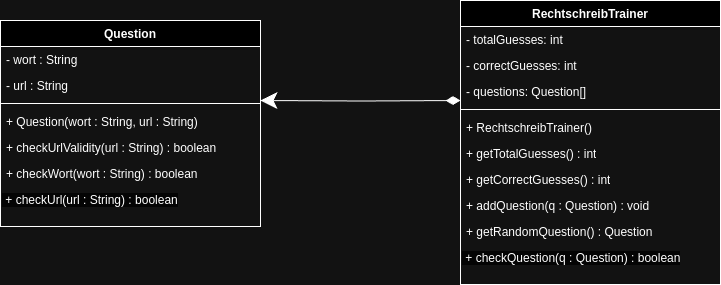
This is Worttrainer.png from TGM-HIT/sew9-2425-worttrainer-ahujaankush, a draw.io export, as it was before one commit. Source tidied: cells renumbered, new cells last; positions are measured from the earlier drawing's top-left corner, leaving out a move shared by most shapes.
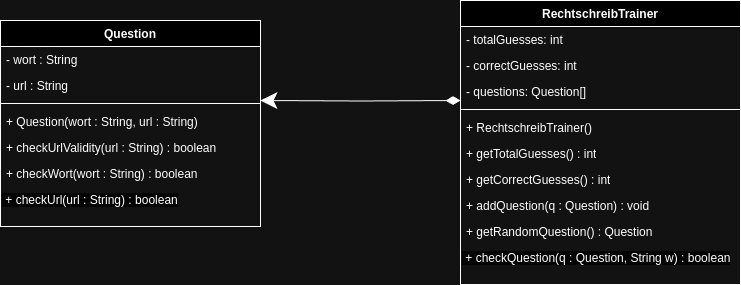
The same diagram one commit later.

Commit message:
UML: Add Rechtschreib Trainer, update check methos

What changed in the source:
```diff
@@ -27,37 +27,37 @@
       <mxGeometry y="166" width="260" height="40" as="geometry" />
     </mxCell>
     <mxCell id="10" value="RechtschreibTrainer" style="swimlane;fontStyle=1;align=center;verticalAlign=top;horizontal=1;startSize=26;whiteSpace=wrap;html=1;" parent="1" vertex="1">
-      <mxGeometry x="460" width="260" height="284" as="geometry" />
+      <mxGeometry x="460" width="280" height="284" as="geometry" />
     </mxCell>
     <mxCell id="11" value="- totalGuesses: int" style="text;strokeColor=none;fillColor=none;align=left;verticalAlign=top;spacingLeft=4;spacingRight=4;overflow=hidden;whiteSpace=wrap;html=1;" parent="10" vertex="1">
-      <mxGeometry y="26" width="260" height="26" as="geometry" />
+      <mxGeometry y="26" width="280" height="26" as="geometry" />
     </mxCell>
     <mxCell id="12" value="- correctGuesses: int" style="text;strokeColor=none;fillColor=none;align=left;verticalAlign=top;spacingLeft=4;spacingRight=4;overflow=hidden;whiteSpace=wrap;html=1;" parent="10" vertex="1">
-      <mxGeometry y="52" width="260" height="26" as="geometry" />
+      <mxGeometry y="52" width="280" height="26" as="geometry" />
     </mxCell>
     <mxCell id="13" value="- questions: Question[]" style="text;strokeColor=none;fillColor=none;align=left;verticalAlign=top;spacingLeft=4;spacingRight=4;overflow=hidden;points=[[0,0.5],[1,0.5]];portConstraint=eastwest;whiteSpace=wrap;html=1;" parent="10" vertex="1">
-      <mxGeometry y="78" width="260" height="26" as="geometry" />
+      <mxGeometry y="78" width="280" height="26" as="geometry" />
     </mxCell>
     <mxCell id="14" style="line;strokeWidth=1;fillColor=none;align=left;verticalAlign=middle;spacingTop=-1;spacingLeft=3;spacingRight=3;labelPosition=right;strokeColor=inherit;" parent="10" vertex="1">
-      <mxGeometry y="104" width="260" height="10" as="geometry" />
+      <mxGeometry y="104" width="280" height="10" as="geometry" />
     </mxCell>
     <mxCell id="15" value="+ RechtschreibTrainer()" style="text;strokeColor=none;fillColor=none;align=left;verticalAlign=top;spacingLeft=4;spacingRight=4;overflow=hidden;whiteSpace=wrap;html=1;" parent="10" vertex="1">
-      <mxGeometry y="114" width="260" height="26" as="geometry" />
+      <mxGeometry y="114" width="280" height="26" as="geometry" />
     </mxCell>
     <mxCell id="16" value="+ getTotalGuesses() : int" style="text;strokeColor=none;fillColor=none;align=left;verticalAlign=top;spacingLeft=4;spacingRight=4;overflow=hidden;whiteSpace=wrap;html=1;" parent="10" vertex="1">
-      <mxGeometry y="140" width="260" height="26" as="geometry" />
+      <mxGeometry y="140" width="280" height="26" as="geometry" />
     </mxCell>
     <mxCell id="17" value="+ getCorrectGuesses() : int" style="text;strokeColor=none;fillColor=none;align=left;verticalAlign=top;spacingLeft=4;spacingRight=4;overflow=hidden;whiteSpace=wrap;html=1;" parent="10" vertex="1">
-      <mxGeometry y="166" width="260" height="26" as="geometry" />
+      <mxGeometry y="166" width="280" height="26" as="geometry" />
     </mxCell>
     <mxCell id="18" value="+ addQuestion(q : Question) : void" style="text;strokeColor=none;fillColor=none;align=left;verticalAlign=top;spacingLeft=4;spacingRight=4;overflow=hidden;whiteSpace=wrap;html=1;" parent="10" vertex="1">
-      <mxGeometry y="192" width="260" height="26" as="geometry" />
+      <mxGeometry y="192" width="280" height="26" as="geometry" />
     </mxCell>
     <mxCell id="19" value="+ getRandomQuestion() : Question" style="text;strokeColor=none;fillColor=none;align=left;verticalAlign=top;spacingLeft=4;spacingRight=4;overflow=hidden;whiteSpace=wrap;html=1;" parent="10" vertex="1">
-      <mxGeometry y="218" width="260" height="26" as="geometry" />
+      <mxGeometry y="218" width="280" height="26" as="geometry" />
     </mxCell>
-    <mxCell id="20" value="&lt;span style=&quot;color: rgb(0, 0, 0); font-family: Helvetica; font-size: 12px; font-style: normal; font-variant-ligatures: normal; font-variant-caps: normal; font-weight: 400; letter-spacing: normal; orphans: 2; text-align: left; text-indent: 0px; text-transform: none; widows: 2; word-spacing: 0px; -webkit-text-stroke-width: 0px; white-space: normal; background-color: rgb(251, 251, 251); text-decoration-thickness: initial; text-decoration-style: initial; text-decoration-color: initial; display: inline !important; float: none;&quot;&gt;&amp;nbsp;+ checkQuestion(q : Question) : boolean&lt;/span&gt;" style="text;whiteSpace=wrap;html=1;" parent="10" vertex="1">
-      <mxGeometry y="244" width="260" height="40" as="geometry" />
+    <mxCell id="20" value="&lt;span style=&quot;color: rgb(0, 0, 0); font-family: Helvetica; font-size: 12px; font-style: normal; font-variant-ligatures: normal; font-variant-caps: normal; font-weight: 400; letter-spacing: normal; orphans: 2; text-align: left; text-indent: 0px; text-transform: none; widows: 2; word-spacing: 0px; -webkit-text-stroke-width: 0px; white-space: normal; background-color: rgb(251, 251, 251); text-decoration-thickness: initial; text-decoration-style: initial; text-decoration-color: initial; display: inline !important; float: none;&quot;&gt;&amp;nbsp;+ checkQuestion(q : Question, String w) : boolean&lt;/span&gt;" style="text;whiteSpace=wrap;html=1;" parent="10" vertex="1">
+      <mxGeometry y="244" width="280" height="40" as="geometry" />
     </mxCell>
     <mxCell id="21" style="endArrow=diamondThin;html=1;endSize=12;startArrow=classic;startSize=14;startFill=1;edgeStyle=orthogonalEdgeStyle;align=left;verticalAlign=bottom;rounded=0;entryX=0;entryY=0.846;entryDx=0;entryDy=0;entryPerimeter=0;endFill=1;" parent="1" edge="1" target="13">
       <mxGeometry x="-1" y="3" relative="1" as="geometry">
```
